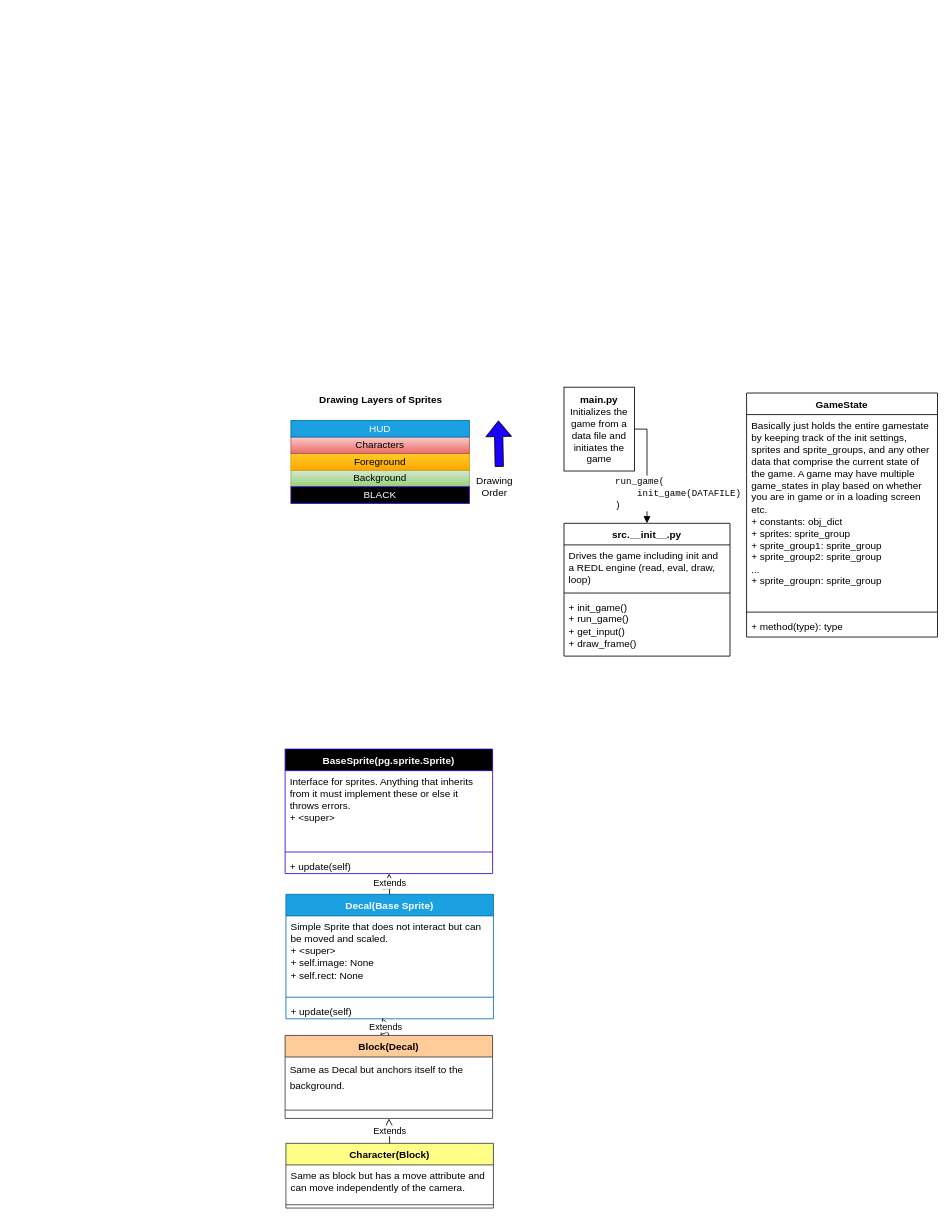
Before: docs/state_map.drawio in flythereddflagg/RCA, a draw.io diagram. Source tidied: cells renumbered, new cells numbered last; positions are measured from the earlier drawing's top-left corner, leaving out a move shared by most shapes. Both pictures are drawn from the tidied source at 83%, with x=0, y=0 at pixel (285, 387).
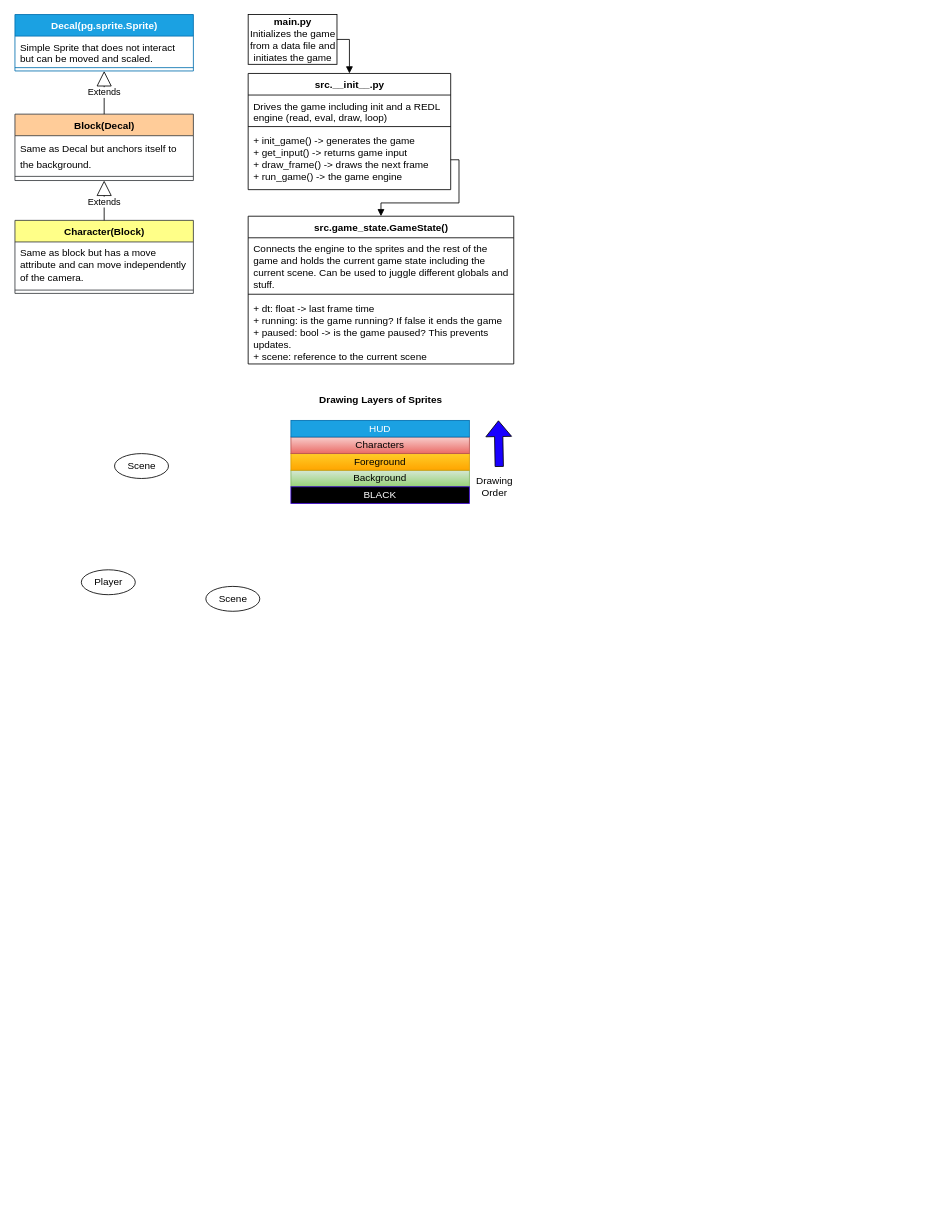
After the change.

Commit message (it also covers changes not shown here):
added more to UML need to flesh out the structure of a scene.

The edit, as a diff of the source:
```diff
@@
     <mxCell id="2" value="&lt;b&gt;main.py&lt;/b&gt;&lt;br&gt;Initializes the game from a data file and initiates the game" style="html=1;whiteSpace=wrap;" parent="1" vertex="1">
-      <mxGeometry x="336" width="85" height="101" as="geometry" />
+      <mxGeometry x="-44.5" y="-449" width="107" height="60" as="geometry" />
     </mxCell>
-    <mxCell id="3" value="GameState" style="swimlane;fontStyle=1;align=center;verticalAlign=top;horizontal=1;startSize=26;whiteSpace=wrap;html=1;" parent="1" vertex="1">
-      <mxGeometry x="556" y="7" width="230" height="294" as="geometry" />
-    </mxCell>
-    <mxCell id="4" value="Basically just holds the entire gamestate by keeping track of the init settings, sprites and sprite_groups, and any other data that comprise the current state of the game. A game may have multiple game_states in play based on whether you are in game or in a loading screen etc.&lt;br&gt;+ constants: obj_dict&lt;br&gt;+ sprites: sprite_group&lt;br&gt;+ sprite_group1: sprite_group&lt;br&gt;+ sprite_group2: sprite_group&lt;br&gt;...&lt;br&gt;+ sprite_groupn: sprite_group" style="text;strokeColor=none;fillColor=none;align=left;verticalAlign=top;spacingLeft=4;spacingRight=4;overflow=hidden;whiteSpace=wrap;html=1;" parent="3" vertex="1">
-      <mxGeometry y="26" width="230" height="234" as="geometry" />
-    </mxCell>
-    <mxCell id="5" style="line;strokeWidth=1;fillColor=none;align=left;verticalAlign=middle;spacingTop=-1;spacingLeft=3;spacingRight=3;labelPosition=right;strokeColor=inherit;" parent="3" vertex="1">
-      <mxGeometry y="260" width="230" height="8" as="geometry" />
-    </mxCell>
-    <mxCell id="6" value="+ method(type): type" style="text;strokeColor=none;fillColor=none;align=left;verticalAlign=top;spacingLeft=4;spacingRight=4;overflow=hidden;whiteSpace=wrap;html=1;" parent="3" vertex="1">
-      <mxGeometry y="268" width="230" height="26" as="geometry" />
-    </mxCell>
     <mxCell id="7" value="src.__init__.py" style="swimlane;fontStyle=1;align=center;verticalAlign=top;horizontal=1;startSize=26;whiteSpace=wrap;html=1;" parent="1" vertex="1">
-      <mxGeometry x="336" y="164" width="200" height="160" as="geometry" />
+      <mxGeometry x="-44.5" y="-378" width="244" height="140" as="geometry" />
     </mxCell>
     <mxCell id="8" value="Drives the game including init and a REDL engine (read, eval, draw, loop)&lt;br&gt;" style="text;strokeColor=none;fillColor=none;align=left;verticalAlign=top;spacingLeft=4;spacingRight=4;overflow=hidden;whiteSpace=wrap;html=1;" parent="7" vertex="1">
-      <mxGeometry y="26" width="200" height="54" as="geometry" />
+      <mxGeometry y="26" width="244" height="34" as="geometry" />
     </mxCell>
     <mxCell id="9" style="line;strokeWidth=1;fillColor=none;align=left;verticalAlign=middle;spacingTop=-1;spacingLeft=3;spacingRight=3;labelPosition=right;strokeColor=inherit;" parent="7" vertex="1">
-      <mxGeometry y="80" width="200" height="8" as="geometry" />
+      <mxGeometry y="60" width="244" height="8" as="geometry" />
     </mxCell>
-    <mxCell id="10" value="+ init_game()&lt;br&gt;+ run_game()&lt;br&gt;+ get_input()&lt;br&gt;+ draw_frame()" style="text;strokeColor=none;fillColor=none;align=left;verticalAlign=top;spacingLeft=4;spacingRight=4;overflow=hidden;points=[[0,0.5],[1,0.5]];portConstraint=eastwest;whiteSpace=wrap;html=1;" parent="7" vertex="1">
-      <mxGeometry y="88" width="200" height="72" as="geometry" />
+    <mxCell id="10" value="+ init_game() -&amp;gt; generates the game&lt;br&gt;+ get_input() -&amp;gt; returns game input&lt;br&gt;+ draw_frame() -&amp;gt; draws the next frame&lt;br&gt;+ run_game() -&amp;gt; the game engine" style="text;strokeColor=none;fillColor=none;align=left;verticalAlign=top;spacingLeft=4;spacingRight=4;overflow=hidden;points=[[0,0.5],[1,0.5]];portConstraint=eastwest;whiteSpace=wrap;html=1;" parent="7" vertex="1">
+      <mxGeometry y="68" width="244" height="72" as="geometry" />
     </mxCell>
-    <mxCell id="11" value="BaseSprite(pg.sprite.Sprite)" style="swimlane;fontStyle=1;align=center;verticalAlign=top;horizontal=1;startSize=26;whiteSpace=wrap;html=1;fillColor=#000000;fontColor=#ffffff;strokeColor=#3700CC;" parent="1" vertex="1">
-      <mxGeometry y="436" width="250" height="150" as="geometry" />
-    </mxCell>
-    <mxCell id="12" value="Interface for sprites. Anything that inherits from it must implement these or else it throws errors.&lt;br&gt;+ &amp;lt;super&amp;gt;" style="text;strokeColor=none;fillColor=none;align=left;verticalAlign=top;spacingLeft=4;spacingRight=4;overflow=hidden;whiteSpace=wrap;html=1;" parent="11" vertex="1">
-      <mxGeometry y="26" width="250" height="94" as="geometry" />
-    </mxCell>
-    <mxCell id="13" style="line;strokeWidth=1;fillColor=none;align=left;verticalAlign=middle;spacingTop=-1;spacingLeft=3;spacingRight=3;labelPosition=right;strokeColor=inherit;" parent="11" vertex="1">
-      <mxGeometry y="120" width="250" height="8" as="geometry" />
-    </mxCell>
-    <mxCell id="14" value="+ update(self)" style="text;strokeColor=none;fillColor=none;align=left;verticalAlign=top;spacingLeft=4;spacingRight=4;overflow=hidden;points=[[0,0.5],[1,0.5]];portConstraint=eastwest;whiteSpace=wrap;html=1;" parent="11" vertex="1">
-      <mxGeometry y="128" width="250" height="22" as="geometry" />
-    </mxCell>
-    <mxCell id="15" value="Background" style="html=1;whiteSpace=wrap;fillColor=#d5e8d4;gradientColor=#97d077;strokeColor=#82b366;" parent="1" vertex="1">
-      <mxGeometry x="7" y="100" width="215" height="20" as="geometry" />
-    </mxCell>
-    <mxCell id="16" value="Drawing Layers of Sprites" style="text;html=1;align=center;verticalAlign=middle;strokeColor=none;fillColor=none;fontStyle=1;" parent="1" vertex="1">
-      <mxGeometry x="29.5" width="170" height="30" as="geometry" />
-    </mxCell>
-    <mxCell id="17" value="BLACK" style="html=1;whiteSpace=wrap;fillColor=#000000;strokeColor=#3700CC;fontColor=#ffffff;" parent="1" vertex="1">
-      <mxGeometry x="7" y="120" width="215" height="20" as="geometry" />
-    </mxCell>
-    <mxCell id="18" value="Foreground" style="html=1;whiteSpace=wrap;fillColor=#ffcd28;gradientColor=#ffa500;strokeColor=#d79b00;" parent="1" vertex="1">
-      <mxGeometry x="7" y="80" width="215" height="20" as="geometry" />
-    </mxCell>
-    <mxCell id="19" value="Characters" style="html=1;whiteSpace=wrap;fillColor=#f8cecc;gradientColor=#ea6b66;strokeColor=#b85450;" parent="1" vertex="1">
-      <mxGeometry x="7" y="60" width="215" height="20" as="geometry" />
-    </mxCell>
-    <mxCell id="20" value="HUD" style="html=1;whiteSpace=wrap;fillColor=#1ba1e2;strokeColor=#006EAF;fontColor=#ffffff;" parent="1" vertex="1">
-      <mxGeometry x="7" y="40" width="215" height="20" as="geometry" />
-    </mxCell>
-    <mxCell id="21" style="shape=flexArrow;endArrow=classic;html=1;rounded=0;fillColor=#1900FF;exitX=0.586;exitY=-0.1;exitDx=0;exitDy=0;exitPerimeter=0;" parent="1" edge="1" source="22">
-      <mxGeometry relative="1" as="geometry">
-        <mxPoint x="257" y="40" as="targetPoint" />
-      </mxGeometry>
-    </mxCell>
-    <mxCell id="22" value="Drawing&lt;br&gt;Order" style="text;html=1;align=center;verticalAlign=middle;points=[];strokeColor=none;fillColor=none;" parent="1" vertex="1">
-      <mxGeometry x="217" y="100" width="70" height="40" as="geometry" />
-    </mxCell>
     <mxCell id="23" value="Block(Decal)" style="swimlane;fontStyle=1;align=center;verticalAlign=top;horizontal=1;startSize=26;whiteSpace=wrap;html=1;fillColor=#ffcc99;strokeColor=#36393d;" parent="1" vertex="1">
-      <mxGeometry y="781" width="250" height="100" as="geometry" />
+      <mxGeometry x="-325.5" y="-329" width="215" height="80" as="geometry" />
     </mxCell>
     <mxCell id="24" value="&lt;div style=&quot;line-height: 19px;&quot;&gt;&lt;span style=&quot;background-color: rgb(255, 255, 255);&quot;&gt;&lt;font style=&quot;font-size: 12px;&quot;&gt;Same as Decal but anchors itself to the background.&lt;/font&gt;&lt;/span&gt;&lt;/div&gt;" style="text;strokeColor=none;fillColor=none;align=left;verticalAlign=top;spacingLeft=4;spacingRight=4;overflow=hidden;whiteSpace=wrap;html=1;" parent="23" vertex="1">
-      <mxGeometry y="26" width="250" height="54" as="geometry" />
+      <mxGeometry y="26" width="215" height="44" as="geometry" />
     </mxCell>
     <mxCell id="25" style="line;strokeWidth=1;fillColor=none;align=left;verticalAlign=middle;spacingTop=-1;spacingLeft=3;spacingRight=3;labelPosition=right;strokeColor=inherit;" parent="23" vertex="1">
-      <mxGeometry y="80" width="250" height="20" as="geometry" />
+      <mxGeometry y="70" width="215" height="10" as="geometry" />
     </mxCell>
-    <mxCell id="26" value="Extends" style="endArrow=block;endSize=16;endFill=0;html=1;rounded=0;exitX=0.5;exitY=0;exitDx=0;exitDy=0;entryX=0.464;entryY=0.955;entryDx=0;entryDy=0;entryPerimeter=0;" parent="1" edge="1" source="23" target="34">
+    <mxCell id="26" value="Extends" style="endArrow=block;endSize=16;endFill=0;html=1;rounded=0;exitX=0.5;exitY=0;exitDx=0;exitDy=0;entryX=0.5;entryY=1;entryDx=0;entryDy=0;" parent="1" edge="1" source="23" target="31">
       <mxGeometry relative="1" as="geometry" />
     </mxCell>
     <mxCell id="27" value="Character(Block)" style="swimlane;fontStyle=1;align=center;verticalAlign=top;horizontal=1;startSize=26;whiteSpace=wrap;html=1;fillColor=#ffff88;strokeColor=#36393d;" parent="1" vertex="1">
-      <mxGeometry x="1" y="911" width="250" height="78" as="geometry" />
+      <mxGeometry x="-325.5" y="-201" width="215" height="88" as="geometry" />
     </mxCell>
     <mxCell id="28" value="Same as block but has a move attribute and can move independently of the camera." style="text;strokeColor=none;fillColor=none;align=left;verticalAlign=top;spacingLeft=4;spacingRight=4;overflow=hidden;whiteSpace=wrap;html=1;" parent="27" vertex="1">
-      <mxGeometry y="26" width="250" height="44" as="geometry" />
+      <mxGeometry y="26" width="215" height="54" as="geometry" />
     </mxCell>
     <mxCell id="29" style="line;strokeWidth=1;fillColor=none;align=left;verticalAlign=middle;spacingTop=-1;spacingLeft=3;spacingRight=3;labelPosition=right;strokeColor=inherit;" parent="27" vertex="1">
-      <mxGeometry y="70" width="250" height="8" as="geometry" />
+      <mxGeometry y="80" width="215" height="8" as="geometry" />
     </mxCell>
     <mxCell id="30" value="Extends" style="endArrow=block;endSize=16;endFill=0;html=1;rounded=0;exitX=0.5;exitY=0;exitDx=0;exitDy=0;entryX=0.5;entryY=1;entryDx=0;entryDy=0;" parent="1" edge="1" source="27" target="23">
-      <mxGeometry relative="1" as="geometry" />
+      <mxGeometry x="-0.07" relative="1" as="geometry" />
     </mxCell>
-    <mxCell id="31" value="Decal(Base Sprite)" style="swimlane;fontStyle=1;align=center;verticalAlign=top;horizontal=1;startSize=26;whiteSpace=wrap;html=1;fillColor=#1ba1e2;fontColor=#ffffff;strokeColor=#006EAF;" parent="1" vertex="1">
-      <mxGeometry x="1" y="611" width="250" height="150" as="geometry" />
+    <mxCell id="31" value="Decal(pg.sprite.Sprite)" style="swimlane;fontStyle=1;align=center;verticalAlign=top;horizontal=1;startSize=26;whiteSpace=wrap;html=1;fillColor=#1ba1e2;fontColor=#ffffff;strokeColor=#006EAF;" parent="1" vertex="1">
+      <mxGeometry x="-325.5" y="-449" width="215" height="68" as="geometry" />
     </mxCell>
-    <mxCell id="32" value="Simple Sprite that does not interact but can be moved and scaled.&lt;br&gt;+ &amp;lt;super&amp;gt;&lt;br&gt;+ self.image: None&lt;br&gt;+ self.rect: None" style="text;strokeColor=none;fillColor=none;align=left;verticalAlign=top;spacingLeft=4;spacingRight=4;overflow=hidden;whiteSpace=wrap;html=1;" parent="31" vertex="1">
-      <mxGeometry y="26" width="250" height="94" as="geometry" />
+    <mxCell id="32" value="Simple Sprite that does not interact but can be moved and scaled.&lt;br&gt;" style="text;strokeColor=none;fillColor=none;align=left;verticalAlign=top;spacingLeft=4;spacingRight=4;overflow=hidden;whiteSpace=wrap;html=1;" parent="31" vertex="1">
+      <mxGeometry y="26" width="215" height="34" as="geometry" />
     </mxCell>
     <mxCell id="33" style="line;strokeWidth=1;fillColor=none;align=left;verticalAlign=middle;spacingTop=-1;spacingLeft=3;spacingRight=3;labelPosition=right;strokeColor=inherit;" parent="31" vertex="1">
-      <mxGeometry y="120" width="250" height="8" as="geometry" />
+      <mxGeometry y="60" width="215" height="8" as="geometry" />
     </mxCell>
-    <mxCell id="34" value="+ update(self)" style="text;strokeColor=none;fillColor=none;align=left;verticalAlign=top;spacingLeft=4;spacingRight=4;overflow=hidden;points=[[0,0.5],[1,0.5]];portConstraint=eastwest;whiteSpace=wrap;html=1;" parent="31" vertex="1">
-      <mxGeometry y="128" width="250" height="22" as="geometry" />
-    </mxCell>
-    <mxCell id="35" value="Extends" style="endArrow=block;endSize=16;endFill=0;html=1;rounded=0;exitX=0.5;exitY=0;exitDx=0;exitDy=0;" parent="1" edge="1" source="31" target="14">
-      <mxGeometry relative="1" as="geometry" />
-    </mxCell>
-    <mxCell id="36" value="&lt;div style=&quot;&quot;&gt;&lt;font face=&quot;Courier New&quot;&gt;run_game(&lt;/font&gt;&lt;/div&gt;&lt;font face=&quot;Courier New&quot;&gt;&amp;nbsp; &amp;nbsp; init_game(DATAFILE)&lt;br&gt;)&lt;/font&gt;" style="html=1;verticalAlign=bottom;endArrow=block;rounded=0;exitX=1;exitY=0.5;exitDx=0;exitDy=0;entryX=0.5;entryY=0;entryDx=0;entryDy=0;edgeStyle=orthogonalEdgeStyle;align=left;" parent="1" edge="1" source="2" target="7">
-      <mxGeometry x="0.81" y="-40" relative="1" as="geometry" />
+    <mxCell id="36" value="&lt;div style=&quot;&quot;&gt;&lt;/div&gt;&lt;font face=&quot;Courier New&quot;&gt;&lt;br&gt;&lt;/font&gt;" style="html=1;verticalAlign=bottom;endArrow=block;rounded=0;exitX=1;exitY=0.5;exitDx=0;exitDy=0;entryX=0.5;entryY=0;entryDx=0;entryDy=0;edgeStyle=orthogonalEdgeStyle;align=left;" parent="1" edge="1" source="2" target="7">
+      <mxGeometry x="0.64" y="-92" relative="1" as="geometry" />
     </mxCell>
+    <mxCell id="37" value="&lt;div style=&quot;&quot;&gt;&lt;/div&gt;&lt;font face=&quot;Courier New&quot;&gt;&lt;br&gt;&lt;/font&gt;" style="html=1;verticalAlign=bottom;endArrow=block;rounded=0;exitX=1;exitY=0.5;exitDx=0;exitDy=0;entryX=0.5;entryY=0;entryDx=0;entryDy=0;edgeStyle=orthogonalEdgeStyle;align=left;" parent="1" edge="1" source="10" target="38">
+      <mxGeometry x="0.64" y="-92" relative="1" as="geometry" />
+    </mxCell>
+    <mxCell id="38" value="src.game_state.GameState()" style="swimlane;fontStyle=1;align=center;verticalAlign=top;horizontal=1;startSize=26;whiteSpace=wrap;html=1;" parent="1" vertex="1">
+      <mxGeometry x="-44.5" y="-206" width="320" height="178" as="geometry" />
+    </mxCell>
+    <mxCell id="39" value="Connects the engine to the sprites and the rest of the game and holds the current game state including the current scene. Can be used to juggle different globals and stuff." style="text;strokeColor=none;fillColor=none;align=left;verticalAlign=top;spacingLeft=4;spacingRight=4;overflow=hidden;whiteSpace=wrap;html=1;" parent="38" vertex="1">
+      <mxGeometry y="26" width="320" height="64" as="geometry" />
+    </mxCell>
+    <mxCell id="40" style="line;strokeWidth=1;fillColor=none;align=left;verticalAlign=middle;spacingTop=-1;spacingLeft=3;spacingRight=3;labelPosition=right;strokeColor=inherit;" parent="38" vertex="1">
+      <mxGeometry y="90" width="320" height="8" as="geometry" />
+    </mxCell>
+    <mxCell id="41" value="+ dt: float -&amp;gt; last frame time&lt;br&gt;+ running: is the game running? If false it ends the game&lt;br&gt;+ paused: bool -&amp;gt; is the game paused? This prevents updates.&lt;br&gt;+ scene: reference to the current scene" style="text;strokeColor=none;fillColor=none;align=left;verticalAlign=top;spacingLeft=4;spacingRight=4;overflow=hidden;whiteSpace=wrap;html=1;" parent="38" vertex="1">
+      <mxGeometry y="98" width="320" height="80" as="geometry" />
+    </mxCell>
+    <mxCell id="42" value="Scene" style="ellipse;whiteSpace=wrap;html=1;" parent="1" vertex="1">
+      <mxGeometry x="-205.5" y="80" width="65" height="30" as="geometry" />
+    </mxCell>
+    <mxCell id="43" value="Player" style="ellipse;whiteSpace=wrap;html=1;" parent="1" vertex="1">
+      <mxGeometry x="-245.5" y="220" width="65" height="30" as="geometry" />
+    </mxCell>
+    <mxCell id="44" value="Scene" style="ellipse;whiteSpace=wrap;html=1;" parent="1" vertex="1">
+      <mxGeometry x="-95.5" y="240" width="65" height="30" as="geometry" />
+    </mxCell>
+    <mxCell id="15" value="Background" style="html=1;whiteSpace=wrap;fillColor=#d5e8d4;gradientColor=#97d077;strokeColor=#82b366;" parent="1" vertex="1">
+      <mxGeometry x="7" y="100" width="215" height="20" as="geometry" />
+    </mxCell>
+    <mxCell id="16" value="Drawing Layers of Sprites" style="text;html=1;align=center;verticalAlign=middle;strokeColor=none;fillColor=none;fontStyle=1;" parent="1" vertex="1">
+      <mxGeometry x="29.5" width="170" height="30" as="geometry" />
+    </mxCell>
+    <mxCell id="17" value="BLACK" style="html=1;whiteSpace=wrap;fillColor=#000000;strokeColor=#3700CC;fontColor=#ffffff;" parent="1" vertex="1">
+      <mxGeometry x="7" y="120" width="215" height="20" as="geometry" />
+    </mxCell>
+    <mxCell id="18" value="Foreground" style="html=1;whiteSpace=wrap;fillColor=#ffcd28;gradientColor=#ffa500;strokeColor=#d79b00;" parent="1" vertex="1">
+      <mxGeometry x="7" y="80" width="215" height="20" as="geometry" />
+    </mxCell>
+    <mxCell id="19" value="Characters" style="html=1;whiteSpace=wrap;fillColor=#f8cecc;gradientColor=#ea6b66;strokeColor=#b85450;" parent="1" vertex="1">
+      <mxGeometry x="7" y="60" width="215" height="20" as="geometry" />
+    </mxCell>
+    <mxCell id="20" value="HUD" style="html=1;whiteSpace=wrap;fillColor=#1ba1e2;strokeColor=#006EAF;fontColor=#ffffff;" parent="1" vertex="1">
+      <mxGeometry x="7" y="40" width="215" height="20" as="geometry" />
+    </mxCell>
+    <mxCell id="45" style="shape=flexArrow;endArrow=classic;html=1;rounded=0;fillColor=#1900FF;exitX=0.586;exitY=-0.1;exitDx=0;exitDy=0;exitPerimeter=0;" parent="1" edge="1" source="22">
+      <mxGeometry relative="1" as="geometry">
+        <mxPoint x="257" y="40" as="targetPoint" />
+      </mxGeometry>
+    </mxCell>
+    <mxCell id="22" value="Drawing&lt;br&gt;Order" style="text;html=1;align=center;verticalAlign=middle;points=[];strokeColor=none;fillColor=none;" parent="1" vertex="1">
+      <mxGeometry x="217" y="100" width="70" height="40" as="geometry" />
+    </mxCell>
```
